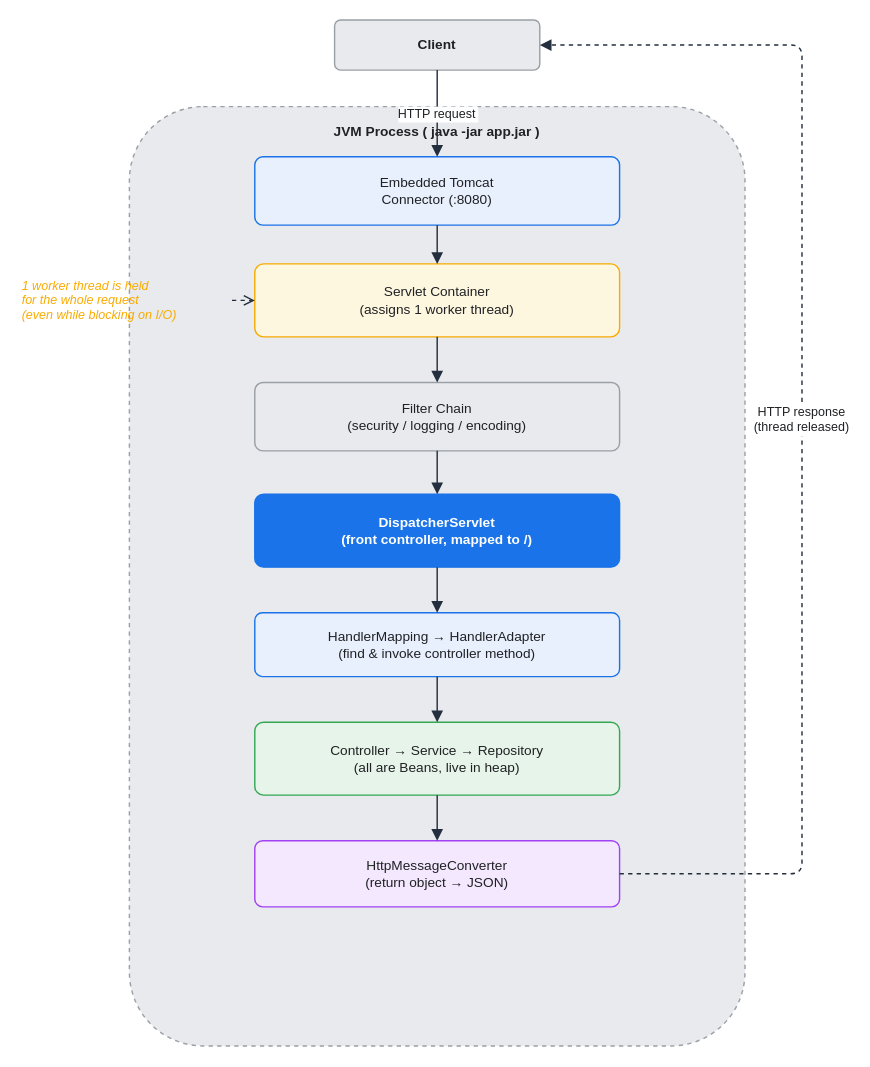
Above: assets/img/spring/spring-01-request-flow.drawio in KKamJi98/kkamji98.github.io (draw.io), before the change. Source tidied: cells renumbered, new cells numbered last; positions are measured from the earlier drawing's top-left corner, leaving out a move shared by most shapes. Both pictures are drawn from the tidied source at 114%, with x=0, y=0 at pixel (19, 19).
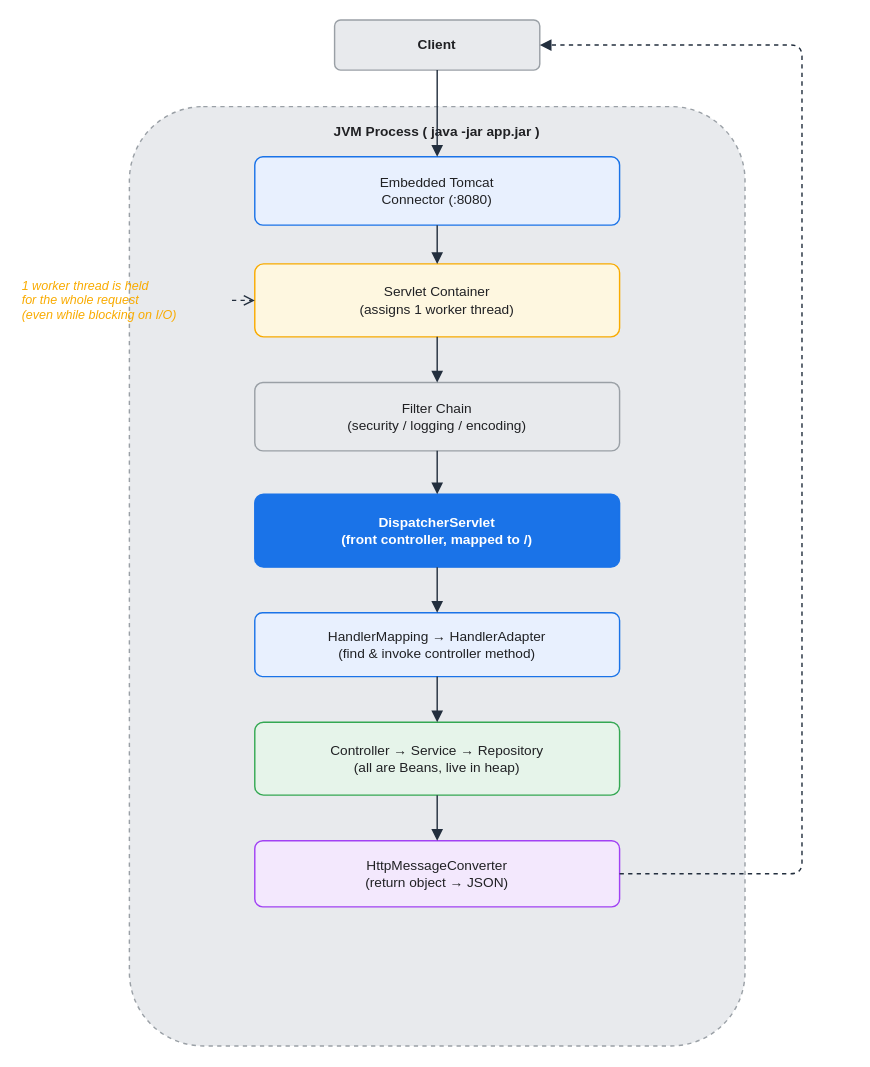
The same page after the edit.

Unchanged cells that the change refers to:
```xml
<mxCell id="3" value="Client" style="rounded=1;whiteSpace=wrap;html=0;arcSize=12;shadow=0;fillColor=#E8EAED;strokeColor=#9AA0A6;fontColor=#202124;fontStyle=1;strokeWidth=1.25;" parent="1" vertex="1">
  <mxGeometry x="276" width="180" height="44" as="geometry" />
</mxCell>
<mxCell id="4" value="Embedded Tomcat&#10;Connector (:8080)" style="rounded=1;whiteSpace=wrap;html=0;arcSize=12;shadow=0;fillColor=#E8F0FE;strokeColor=#1A73E8;fontColor=#202124;strokeWidth=1.25;" parent="1" vertex="1">
  <mxGeometry x="206" y="120" width="320" height="60" as="geometry" />
</mxCell>
<mxCell id="10" value="HttpMessageConverter&#10;(return object → JSON)" style="rounded=1;whiteSpace=wrap;html=0;arcSize=12;shadow=0;fillColor=#F3E8FD;strokeColor=#A142F4;fontColor=#202124;strokeWidth=1.25;" parent="1" vertex="1">
  <mxGeometry x="206" y="720" width="320" height="58" as="geometry" />
</mxCell>
```

The edit, as a diff of the source:
```diff
@@
-    <mxCell id="12" value="HTTP request" style="edgeStyle=orthogonalEdgeStyle;rounded=1;html=0;fontColor=#202124;strokeColor=#232F3E;labelBackgroundColor=#FFFFFF;endArrow=block;exitX=0.5;exitY=1;exitDx=0;exitDy=0;entryX=0.5;entryY=0;entryDx=0;entryDy=0;strokeWidth=1.25;endSize=7;" parent="1" edge="1" source="3" target="4">
+    <mxCell id="12" style="edgeStyle=orthogonalEdgeStyle;rounded=1;html=0;fontColor=#202124;strokeColor=#232F3E;labelBackgroundColor=none;endArrow=block;exitX=0.5;exitY=1;exitDx=0;exitDy=0;entryX=0.5;entryY=0;entryDx=0;entryDy=0;strokeWidth=1.25;endSize=7;" parent="1" edge="1" source="3" target="4">
       <mxGeometry relative="1" as="geometry" />
     </mxCell>
@@
-    <mxCell id="19" value="HTTP response&#10;(thread released)" style="edgeStyle=orthogonalEdgeStyle;rounded=1;html=0;dashed=1;fontColor=#202124;strokeColor=#232F3E;labelBackgroundColor=#FFFFFF;endArrow=block;exitX=1;exitY=0.5;exitDx=0;exitDy=0;entryX=1;entryY=0.5;entryDx=0;entryDy=0;strokeWidth=1.25;endSize=7;" parent="1" edge="1" source="10" target="3">
+    <mxCell id="19" style="edgeStyle=orthogonalEdgeStyle;rounded=1;html=0;dashed=1;fontColor=#202124;strokeColor=#232F3E;labelBackgroundColor=none;endArrow=block;exitX=1;exitY=0.5;exitDx=0;exitDy=0;entryX=1;entryY=0.5;entryDx=0;entryDy=0;strokeWidth=1.25;endSize=7;" parent="1" edge="1" source="10" target="3">
       <mxGeometry relative="1" as="geometry">
         <Array as="points">
           <mxPoint x="686" y="749" />
           <mxPoint x="686" y="22" />
         </Array>
       </mxGeometry>
     </mxCell>
```
